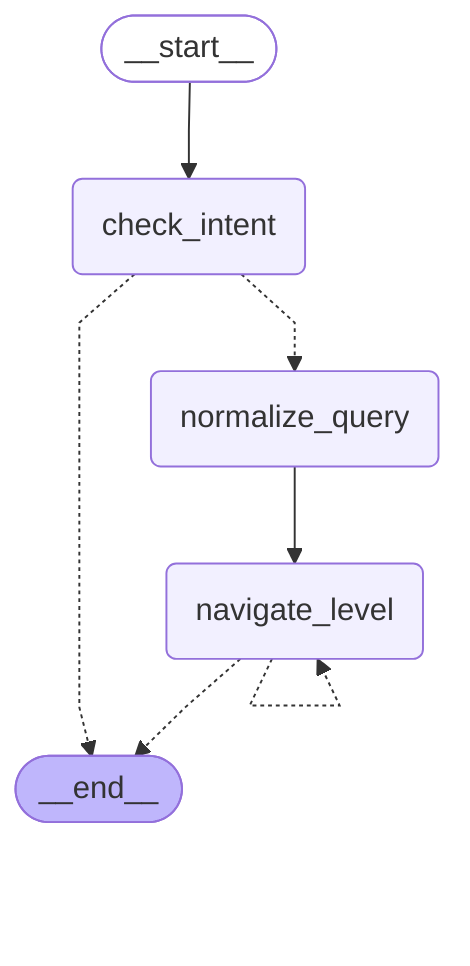
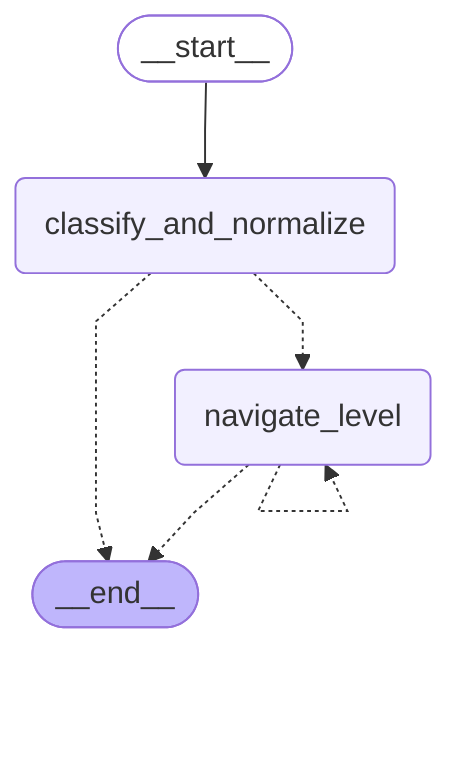
---
config:
  flowchart:
    curve: linear
---
graph TD;
	__start__([<p>__start__</p>]):::first
- 	check_intent(check_intent)
- 	normalize_query(normalize_query)
+ 	classify_and_normalize(classify_and_normalize)
	navigate_level(navigate_level)
	__end__([<p>__end__</p>]):::last
- 	__start__ --> check_intent;
- 	check_intent -.-> __end__;
- 	check_intent -.-> normalize_query;
+ 	__start__ --> classify_and_normalize;
+ 	classify_and_normalize -.-> __end__;
+ 	classify_and_normalize -.-> navigate_level;
	navigate_level -.-> __end__;
- 	normalize_query --> navigate_level;
	navigate_level -.-> navigate_level;
	classDef default fill:#f2f0ff,line-height:1.2
	classDef first fill-opacity:0
	classDef last fill:#bfb6fc
